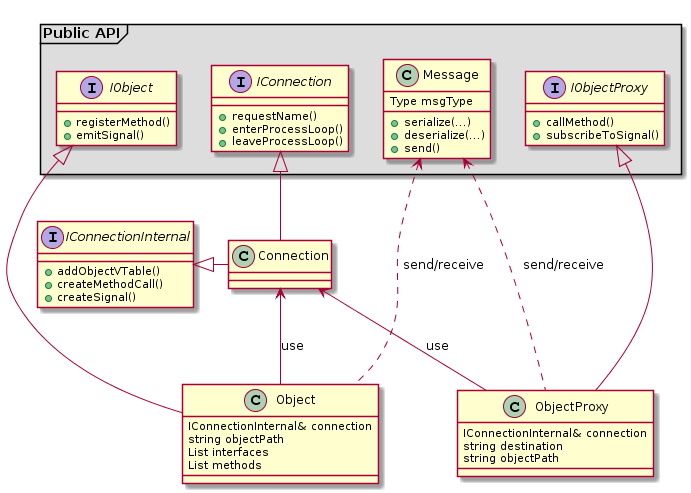
Above: doc/sdbus-c++-class-diagram.png in Kistler-Group/sdbus-cpp (PlantUML), before the change. Its diagram source:
```plantuml
@startuml
package "Public API" <<frame>> #DDDDDD {
interface IConnection {
  +requestName()
  +enterProcessLoop()
  +leaveProcessLoop()
}

interface IObject {
  +registerMethod()
  +emitSignal()
}

interface IObjectProxy {
  +callMethod()
  +subscribeToSignal()
}

class Message {
  +serialize(...)
  +deserialize(...)
  +send()
  Type msgType
}
}

interface IConnectionInternal {
  +addObjectVTable()
  +createMethodCall()
  +createSignal()
}

class Connection {
}

class Object {
  IConnectionInternal& connection
  string objectPath
  List interfaces
  List methods
}

class ObjectProxy {
  IConnectionInternal& connection
  string destination
  string objectPath
}

IConnection <|-- Connection
IConnectionInternal  <|- Connection
IObject <|-- Object
IObjectProxy <|-- ObjectProxy
Connection <-- Object : "use"
Connection <-- ObjectProxy : "use"
Message <.. Object : "send/receive"
Message <.. ObjectProxy : "send/receive"
@enduml
```
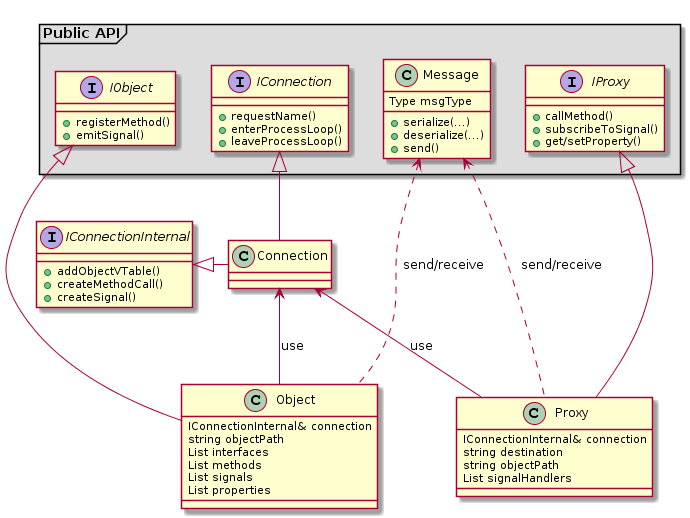
The same diagram one commit later.

What changed in the source:
```diff
@@ -11,9 +11,10 @@
   +emitSignal()
 }
 
-interface IObjectProxy {
+interface IProxy {
   +callMethod()
   +subscribeToSignal()
+  +get/setProperty()
 }
 
 class Message {
@@ -38,20 +39,23 @@
   string objectPath
   List interfaces
   List methods
+  List signals
+  List properties
 }
 
-class ObjectProxy {
+class Proxy {
   IConnectionInternal& connection
   string destination
   string objectPath
+  List signalHandlers
 }
 
 IConnection <|-- Connection
 IConnectionInternal  <|- Connection
 IObject <|-- Object
-IObjectProxy <|-- ObjectProxy
+IProxy <|-- Proxy
 Connection <-- Object : "use"
-Connection <-- ObjectProxy : "use"
+Connection <-- Proxy : "use"
 Message <.. Object : "send/receive"
-Message <.. ObjectProxy : "send/receive"
+Message <.. Proxy : "send/receive"
 @enduml
```
